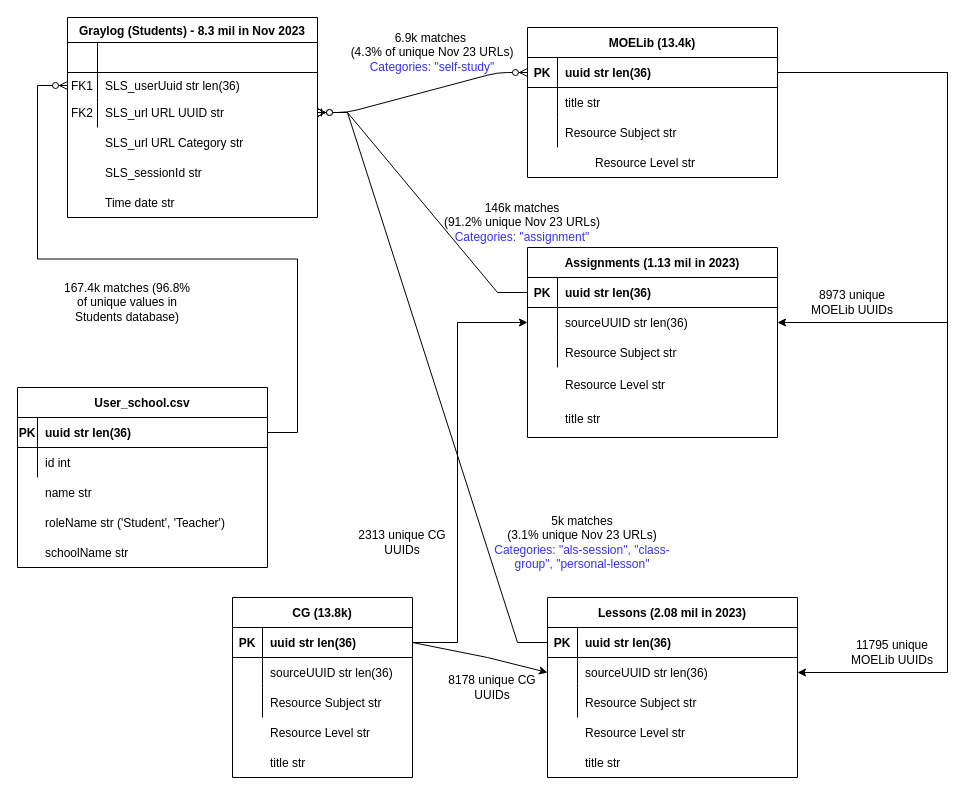
Before: page "Page-1" (1 of 2) of Untitled Diagram.drawio in munglin/psychological, a draw.io diagram. Source tidied: cells renumbered, new cells numbered last; positions are measured from the earlier drawing's top-left corner, leaving out a move shared by most shapes. Both pictures are drawn from the tidied source at 100%, with x=0, y=0 at pixel (17, 17).
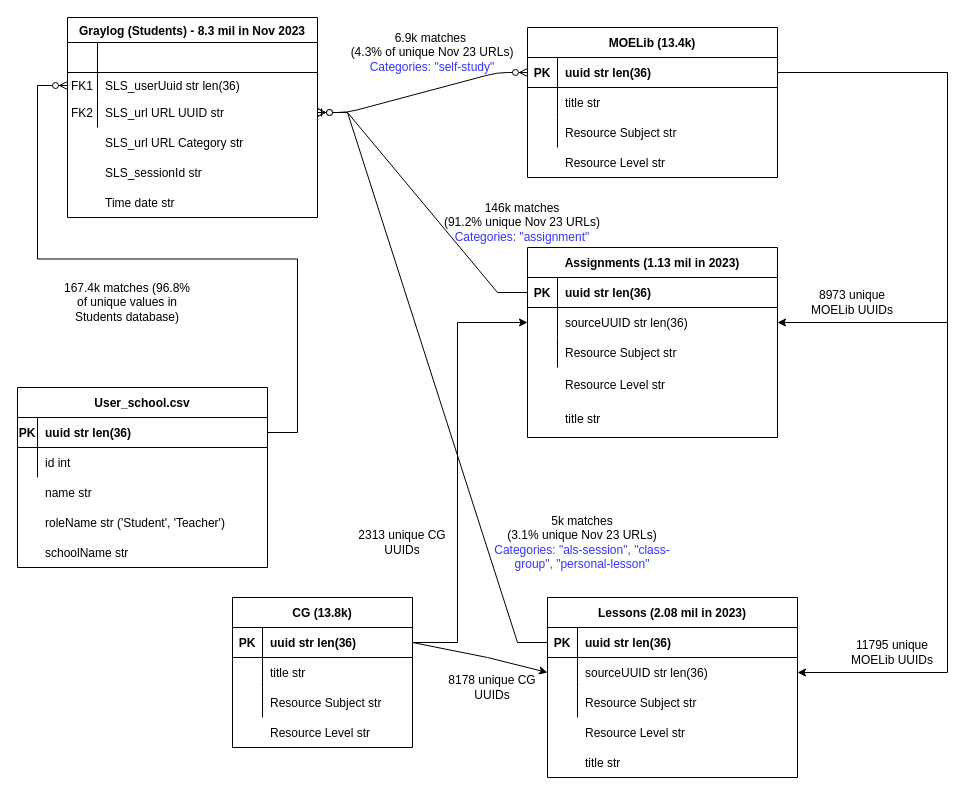
The same page after the edit.

The change refers to these unchanged cells:
```xml
<mxCell id="32" style="group;" parent="1" vertex="1">
  <mxGeometry x="540" y="10" width="250" height="150" as="geometry" />
</mxCell>
<mxCell id="64" style="group;" parent="1" vertex="1">
  <mxGeometry x="215" y="580" width="180" height="180" as="geometry" />
</mxCell>
<mxCell id="69" style="shape=partialRectangle;fillColor=none;top=0;left=0;right=0;bottom=0;" parent="65" vertex="1">
  <mxGeometry y="60" width="180" height="30" as="geometry" />
</mxCell>
```

Diff of the diagram source:
```diff
@@
     <mxCell id="44" value="Resource Level str" style="shape=partialRectangle;overflow=hidden;fillColor=none;top=0;left=0;bottom=0;right=0;align=left;spacingLeft=6;" parent="32" vertex="1">
-      <mxGeometry x="30" y="120" width="220" height="30" as="geometry" />
+      <mxGeometry y="120" width="220" height="30" as="geometry" />
     </mxCell>
@@
     <mxCell id="65" value="CG (13.8k)" style="shape=table;startSize=30;childLayout=tableLayout;rowLines=0;fontStyle=1;align=center;" parent="64" vertex="1">
-      <mxGeometry width="180" height="180" as="geometry" />
+      <mxGeometry width="180" height="150" as="geometry" />
     </mxCell>
@@
-    <mxCell id="71" value="sourceUUID str len(36)" style="shape=partialRectangle;overflow=hidden;fillColor=none;top=0;left=0;bottom=0;right=0;align=left;spacingLeft=6;" parent="69" vertex="1">
+    <mxCell id="71" style="shape=partialRectangle;overflow=hidden;fillColor=none;top=0;left=0;bottom=0;right=0;align=left;spacingLeft=6;" parent="69" vertex="1">
       <mxGeometry x="30" width="150" height="30" as="geometry" />
     </mxCell>
@@
     <mxCell id="77" value="title str" style="shape=partialRectangle;overflow=hidden;fillColor=none;top=0;left=0;bottom=0;right=0;align=left;spacingLeft=6;" parent="64" vertex="1">
-      <mxGeometry x="30" y="150" width="150" height="30" as="geometry" />
+      <mxGeometry x="30" y="60" width="150" height="30" as="geometry" />
     </mxCell>
```
